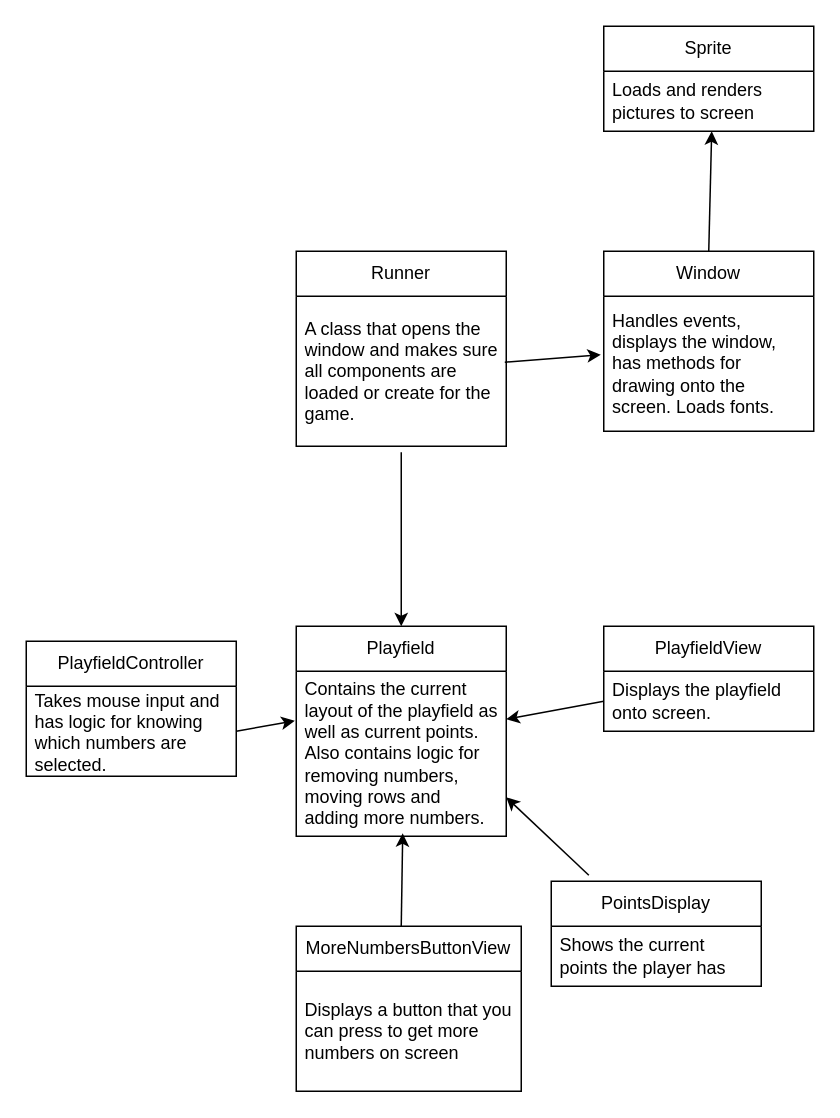
This is domain.drawio from Toireosu/numberzilla, a draw.io file, before an edit. Source tidied: cells renumbered, new cells numbered last; positions are measured from the earlier drawing's top-left corner, leaving out a move shared by most shapes. Both pictures are drawn from the tidied source at 150%, with x=0, y=0 at pixel (26, 26).
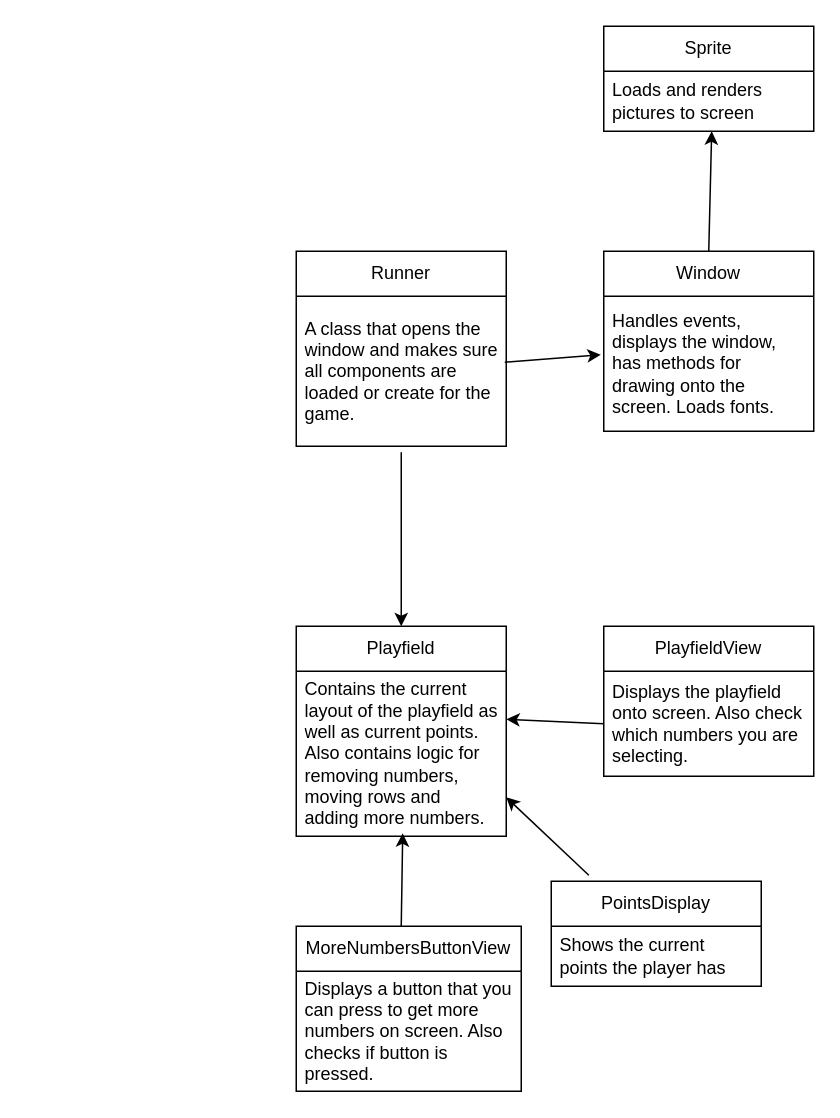
After the change.

Commit message:
Updated domain model

The change refers to these unchanged cells:
```xml
<mxCell id="7" value="Contains the current layout of the playfield as well as current points. Also contains logic for removing numbers, moving rows and adding more numbers.&amp;nbsp;" style="text;strokeColor=none;fillColor=none;align=left;verticalAlign=middle;spacingLeft=4;spacingRight=4;overflow=hidden;points=[[0,0.5],[1,0.5]];portConstraint=eastwest;whiteSpace=wrap;html=1;" parent="6" vertex="1">
  <mxGeometry y="30" width="140" height="110" as="geometry" />
</mxCell>
<mxCell id="19" value="MoreNumbersButtonView" style="swimlane;fontStyle=0;horizontal=1;startSize=30;whiteSpace=wrap;html=1;" parent="1" vertex="1">
  <mxGeometry x="180" y="600" width="150" height="110" as="geometry" />
</mxCell>
```

Diff of the diagram source:
```diff
@@
     <mxCell id="10" value="PlayfieldView" style="swimlane;fontStyle=0;horizontal=1;startSize=30;whiteSpace=wrap;html=1;" parent="1" vertex="1">
-      <mxGeometry x="385" y="400" width="140" height="70" as="geometry" />
+      <mxGeometry x="385" y="400" width="140" height="100" as="geometry" />
     </mxCell>
-    <mxCell id="11" value="Displays the playfield onto screen." style="text;strokeColor=none;fillColor=none;align=left;verticalAlign=middle;spacingLeft=4;spacingRight=4;overflow=hidden;points=[[0,0.5],[1,0.5]];portConstraint=eastwest;whiteSpace=wrap;html=1;" parent="10" vertex="1">
-      <mxGeometry y="30" width="140" height="40" as="geometry" />
+    <mxCell id="11" value="Displays the playfield onto screen. Also check which numbers you are selecting." style="text;strokeColor=none;fillColor=none;align=left;verticalAlign=middle;spacingLeft=4;spacingRight=4;overflow=hidden;points=[[0,0.5],[1,0.5]];portConstraint=eastwest;whiteSpace=wrap;html=1;" parent="10" vertex="1">
+      <mxGeometry y="30" width="140" height="70" as="geometry" />
     </mxCell>
@@
-    <mxCell id="13" value="PlayfieldController" style="swimlane;fontStyle=0;horizontal=1;startSize=30;whiteSpace=wrap;html=1;" parent="1" vertex="1">
-      <mxGeometry y="410" width="140" height="90" as="geometry" />
-    </mxCell>
-    <mxCell id="14" value="Takes mouse input and has logic for knowing which numbers are selected." style="text;strokeColor=none;fillColor=none;align=left;verticalAlign=middle;spacingLeft=4;spacingRight=4;overflow=hidden;points=[[0,0.5],[1,0.5]];portConstraint=eastwest;whiteSpace=wrap;html=1;" parent="13" vertex="1">
-      <mxGeometry y="30" width="140" height="60" as="geometry" />
-    </mxCell>
-    <mxCell id="15" style="endArrow=classic;html=1;rounded=0;entryX=-0.007;entryY=0.3;entryDx=0;entryDy=0;entryPerimeter=0;exitX=1;exitY=0.5;exitDx=0;exitDy=0;" parent="1" edge="1" source="14" target="7">
-      <mxGeometry relative="1" as="geometry" />
-    </mxCell>
@@
-    <mxCell id="20" value="Displays a button that you can press to get more numbers on screen" style="text;strokeColor=none;fillColor=none;align=left;verticalAlign=middle;spacingLeft=4;spacingRight=4;overflow=hidden;whiteSpace=wrap;html=1;" parent="19" vertex="1">
+    <mxCell id="20" value="Displays a button that you can press to get more numbers on screen. Also checks if button is pressed." style="text;strokeColor=none;fillColor=none;align=left;verticalAlign=middle;spacingLeft=4;spacingRight=4;overflow=hidden;whiteSpace=wrap;html=1;" parent="19" vertex="1">
       <mxGeometry y="30" width="150" height="80" as="geometry" />
     </mxCell>
```
